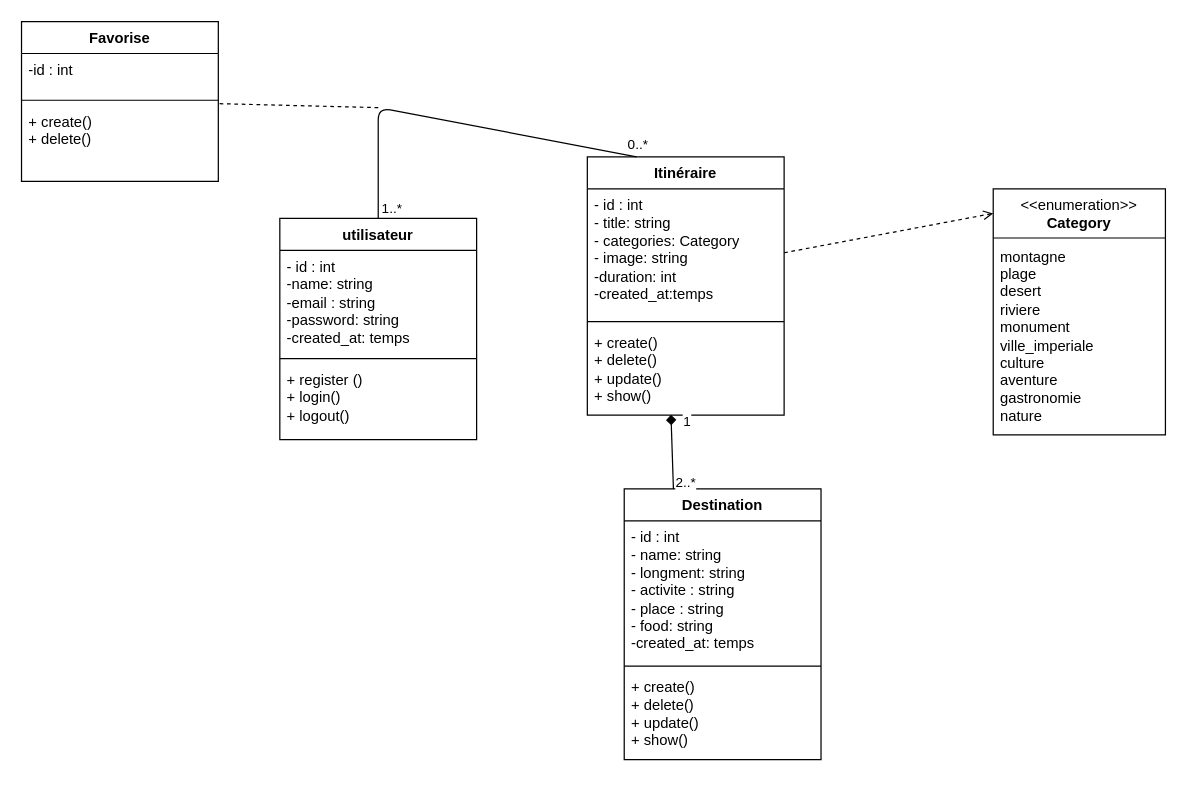
Above: UML/diagrammeClasse.drawio in Hanane2001/MarocExplore (draw.io), before the change. Source tidied: cells renumbered, new cells numbered last; positions are measured from the earlier drawing's top-left corner, leaving out a move shared by most shapes. Both pictures are drawn from the tidied source at 123%, with x=0, y=0 at pixel (21, 21).
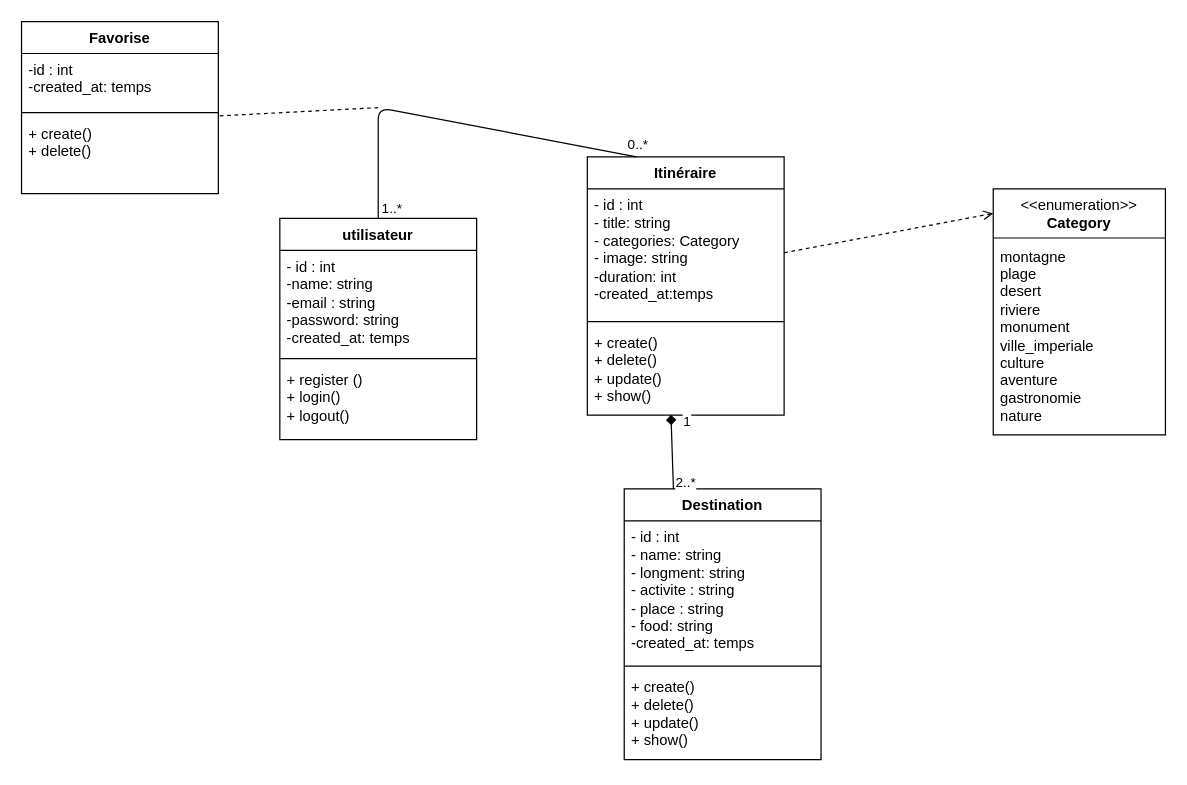
After the change.

The edit, as a diff of the source:
```diff
@@
     <mxCell id="14" value="Favorise" style="swimlane;fontStyle=1;align=center;verticalAlign=top;horizontal=1;startSize=26;whiteSpace=wrap;html=1;" parent="1" vertex="1">
-      <mxGeometry width="160" height="130" as="geometry" />
+      <mxGeometry width="160" height="140" as="geometry" />
     </mxCell>
-    <mxCell id="15" value="-id : int&amp;nbsp;" style="text;strokeColor=none;fillColor=none;align=left;verticalAlign=top;spacingLeft=4;spacingRight=4;overflow=hidden;whiteSpace=wrap;html=1;" parent="14" vertex="1">
-      <mxGeometry y="26" width="160" height="34" as="geometry" />
+    <mxCell id="15" value="-id : int&amp;nbsp;&lt;div&gt;-created_at: temps&lt;/div&gt;" style="text;strokeColor=none;fillColor=none;align=left;verticalAlign=top;spacingLeft=4;spacingRight=4;overflow=hidden;whiteSpace=wrap;html=1;" parent="14" vertex="1">
+      <mxGeometry y="26" width="160" height="44" as="geometry" />
     </mxCell>
     <mxCell id="16" style="line;strokeWidth=1;fillColor=none;align=left;verticalAlign=middle;spacingTop=-1;spacingLeft=3;spacingRight=3;labelPosition=right;strokeColor=inherit;" parent="14" vertex="1">
-      <mxGeometry y="60" width="160" height="8" as="geometry" />
+      <mxGeometry y="70" width="160" height="8" as="geometry" />
     </mxCell>
     <mxCell id="17" value="+ create()&lt;div&gt;&lt;font color=&quot;#000000&quot;&gt;+ delete()&lt;/font&gt;&lt;/div&gt;" style="text;strokeColor=none;fillColor=none;align=left;verticalAlign=top;spacingLeft=4;spacingRight=4;overflow=hidden;points=[[0,0.5],[1,0.5]];portConstraint=eastwest;whiteSpace=wrap;html=1;" parent="14" vertex="1">
-      <mxGeometry y="68" width="160" height="62" as="geometry" />
+      <mxGeometry y="78" width="160" height="62" as="geometry" />
     </mxCell>
```
